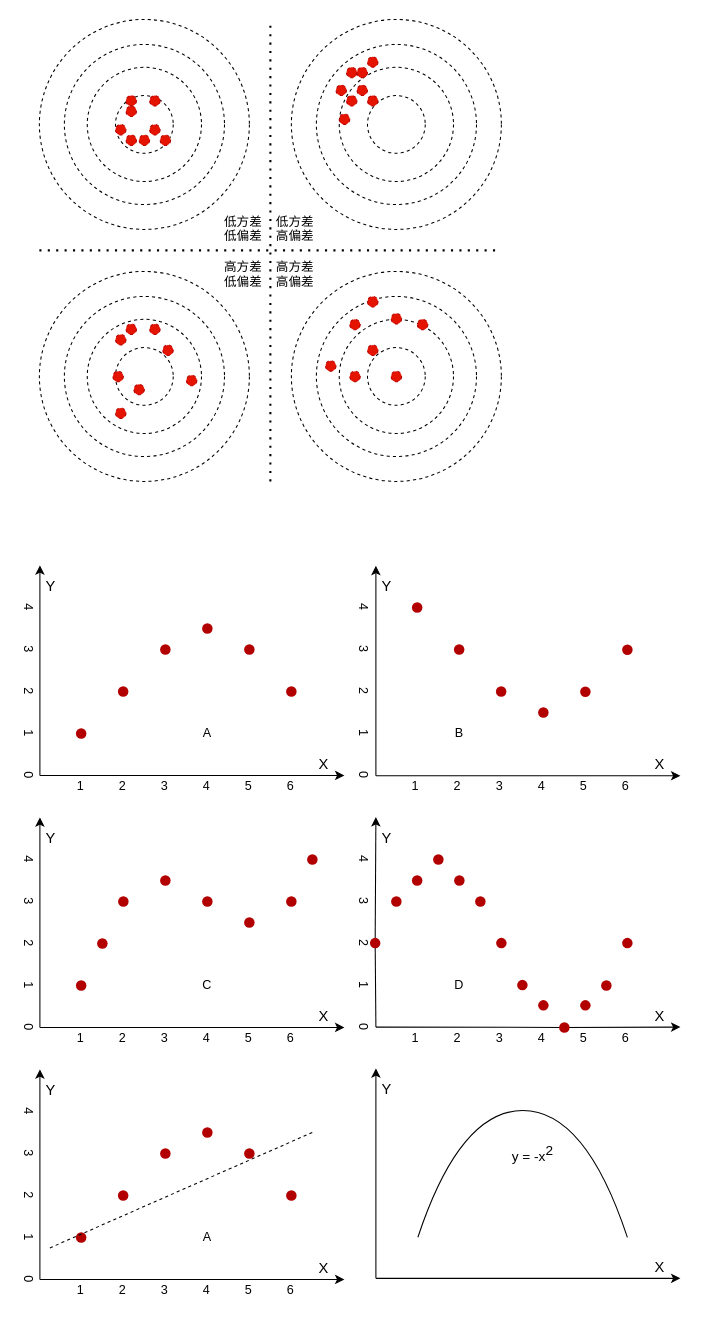
Before: page "Page-3" (3 of 3) of 基础教程/A4-经典机器学习算法（更新中）/第1步 回归算法/images/diagrams.drawio in microsoft/ai-edu, a draw.io diagram. Source tidied: cells renumbered, new cells numbered last; positions are measured from the earlier drawing's top-left corner, leaving out a move shared by most shapes. Both pictures are drawn from the tidied source at 105%, with x=0, y=0 at pixel (-64, 19).
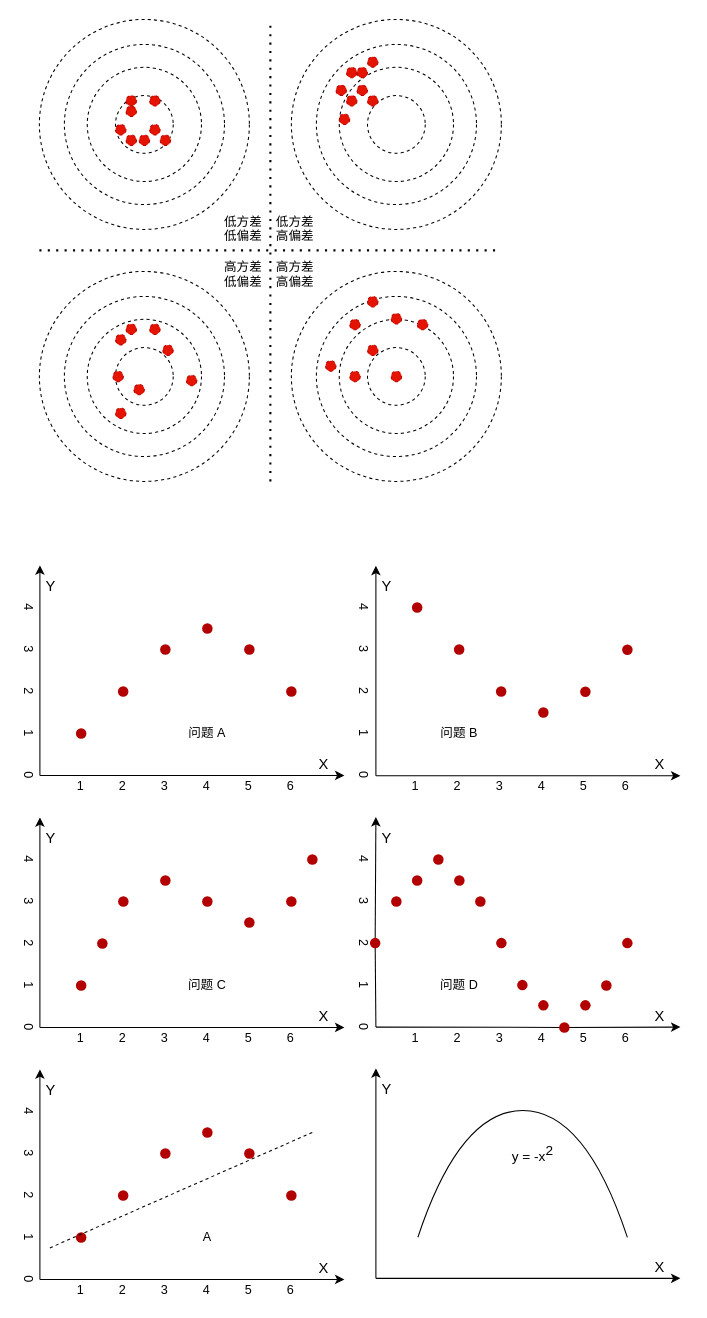
The same page after the edit.

What changed in the source:
```diff
@@
-    <mxCell id="116" value="A" style="text;html=1;strokeColor=none;fillColor=none;align=center;verticalAlign=middle;whiteSpace=wrap;rounded=0;" parent="1" vertex="1">
+    <mxCell id="116" value="问题 A" style="text;html=1;strokeColor=none;fillColor=none;align=center;verticalAlign=middle;whiteSpace=wrap;rounded=0;" parent="1" vertex="1">
       <mxGeometry x="238" y="670" width="40" height="20" as="geometry" />
     </mxCell>
-    <mxCell id="117" value="D" style="text;html=1;strokeColor=none;fillColor=none;align=center;verticalAlign=middle;whiteSpace=wrap;rounded=0;" parent="1" vertex="1">
+    <mxCell id="117" value="问题&amp;nbsp;D" style="text;html=1;strokeColor=none;fillColor=none;align=center;verticalAlign=middle;whiteSpace=wrap;rounded=0;" parent="1" vertex="1">
       <mxGeometry x="477.8" y="910" width="40" height="20" as="geometry" />
     </mxCell>
-    <mxCell id="118" value="C" style="text;html=1;strokeColor=none;fillColor=none;align=center;verticalAlign=middle;whiteSpace=wrap;rounded=0;" parent="1" vertex="1">
+    <mxCell id="118" value="问题&amp;nbsp;C" style="text;html=1;strokeColor=none;fillColor=none;align=center;verticalAlign=middle;whiteSpace=wrap;rounded=0;" parent="1" vertex="1">
       <mxGeometry x="238" y="910" width="40" height="20" as="geometry" />
     </mxCell>
-    <mxCell id="119" value="B" style="text;html=1;strokeColor=none;fillColor=none;align=center;verticalAlign=middle;whiteSpace=wrap;rounded=0;" parent="1" vertex="1">
+    <mxCell id="119" value="问题&amp;nbsp;B" style="text;html=1;strokeColor=none;fillColor=none;align=center;verticalAlign=middle;whiteSpace=wrap;rounded=0;" parent="1" vertex="1">
       <mxGeometry x="477.8" y="670" width="40" height="20" as="geometry" />
     </mxCell>
```
